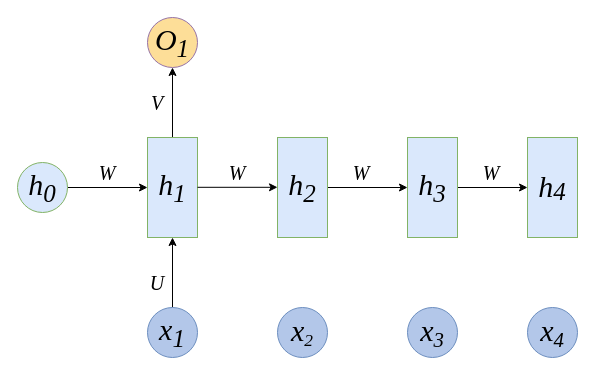
Above: efficient_transformer/rnn.drawio in lengyueit/paper_pic (draw.io), before the change. Source tidied: cells renumbered, new cells numbered last; positions are measured from the earlier drawing's top-left corner, leaving out a move shared by most shapes. Both pictures are drawn from the tidied source at 100%, with x=0, y=0 at pixel (17, 17).
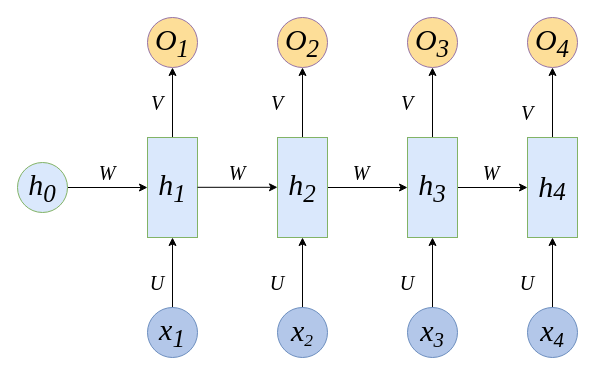
After the change.

Unchanged cells that the change refers to:
```xml
<mxCell id="9" value="&lt;i&gt;x&lt;span style=&quot;font-size: 20.8333px;&quot;&gt;&lt;sub&gt;2&lt;/sub&gt;&lt;/span&gt;&lt;/i&gt;" style="ellipse;whiteSpace=wrap;html=1;fontFamily=Times New Roman;fontSize=30;fillColor=#B3C7E9;strokeColor=#6c8ebf;" parent="1" vertex="1">
  <mxGeometry x="260" y="290" width="50" height="50" as="geometry" />
</mxCell>
<mxCell id="10" value="&lt;i&gt;x&lt;span style=&quot;font-size: 25px;&quot;&gt;&lt;sub&gt;3&lt;/sub&gt;&lt;/span&gt;&lt;/i&gt;" style="ellipse;whiteSpace=wrap;html=1;fontFamily=Times New Roman;fontSize=30;fillColor=#B3C7E9;strokeColor=#6c8ebf;" parent="1" vertex="1">
  <mxGeometry x="390" y="290" width="50" height="50" as="geometry" />
</mxCell>
<mxCell id="11" value="&lt;i&gt;x&lt;span style=&quot;font-size: 25px;&quot;&gt;&lt;sub&gt;4&lt;/sub&gt;&lt;/span&gt;&lt;/i&gt;" style="ellipse;whiteSpace=wrap;html=1;fontFamily=Times New Roman;fontSize=30;fillColor=#B3C7E9;strokeColor=#6c8ebf;" parent="1" vertex="1">
  <mxGeometry x="510" y="290" width="50" height="50" as="geometry" />
</mxCell>
<mxCell id="18" value="h&lt;sub style=&quot;&quot;&gt;&lt;font style=&quot;font-size: 25px;&quot;&gt;2&lt;/font&gt;&lt;/sub&gt;" style="rounded=0;whiteSpace=wrap;html=1;fontFamily=Times New Roman;fontSize=30;fontStyle=2;fillColor=#DAE8FC;strokeColor=#82b366;" parent="1" vertex="1">
  <mxGeometry x="260" y="120" width="50" height="100" as="geometry" />
</mxCell>
<mxCell id="20" value="h&lt;sub style=&quot;&quot;&gt;&lt;font style=&quot;font-size: 25px;&quot;&gt;3&lt;/font&gt;&lt;/sub&gt;" style="rounded=0;whiteSpace=wrap;html=1;fontFamily=Times New Roman;fontSize=30;fontStyle=2;fillColor=#DAE8FC;strokeColor=#82b366;" parent="1" vertex="1">
  <mxGeometry x="390" y="120" width="50" height="100" as="geometry" />
</mxCell>
<mxCell id="21" value="h&lt;font size=&quot;1&quot; style=&quot;&quot;&gt;&lt;sub style=&quot;font-size: 25px;&quot;&gt;4&lt;/sub&gt;&lt;/font&gt;" style="rounded=0;whiteSpace=wrap;html=1;fontFamily=Times New Roman;fontSize=30;fontStyle=2;fillColor=#DAE8FC;strokeColor=#82b366;" parent="1" vertex="1">
  <mxGeometry x="510" y="120" width="50" height="100" as="geometry" />
</mxCell>
```

What changed in the source:
```diff
@@
+    <mxCell id="24" style="edgeStyle=orthogonalEdgeStyle;rounded=0;jettySize=auto;html=1;exitX=0.5;exitY=0;exitDx=0;exitDy=0;entryX=0.5;entryY=1;entryDx=0;entryDy=0;" parent="1" edge="1" source="9" target="18">
+      <mxGeometry relative="1" as="geometry" />
+    </mxCell>
@@
+    <mxCell id="25" style="edgeStyle=orthogonalEdgeStyle;rounded=0;jettySize=auto;html=1;exitX=0.5;exitY=0;exitDx=0;exitDy=0;entryX=0.5;entryY=1;entryDx=0;entryDy=0;" parent="1" edge="1" source="10" target="20">
+      <mxGeometry relative="1" as="geometry" />
+    </mxCell>
@@
+    <mxCell id="26" style="edgeStyle=orthogonalEdgeStyle;rounded=0;jettySize=auto;html=1;exitX=0.5;exitY=0;exitDx=0;exitDy=0;entryX=0.5;entryY=1;entryDx=0;entryDy=0;" parent="1" edge="1" source="11" target="21">
+      <mxGeometry relative="1" as="geometry" />
+    </mxCell>
@@
+    <mxCell id="27" style="edgeStyle=orthogonalEdgeStyle;rounded=0;jettySize=auto;html=1;exitX=0.5;exitY=0;exitDx=0;exitDy=0;entryX=0.5;entryY=1;entryDx=0;entryDy=0;" parent="1" edge="1" source="18" target="30">
+      <mxGeometry relative="1" as="geometry" />
+    </mxCell>
@@
+    <mxCell id="28" style="edgeStyle=orthogonalEdgeStyle;rounded=0;jettySize=auto;html=1;exitX=0.5;exitY=0;exitDx=0;exitDy=0;" parent="1" edge="1" source="20" target="31">
+      <mxGeometry relative="1" as="geometry" />
+    </mxCell>
@@
+    <mxCell id="29" style="edgeStyle=orthogonalEdgeStyle;rounded=0;jettySize=auto;html=1;exitX=0.5;exitY=0;exitDx=0;exitDy=0;entryX=0.5;entryY=1;entryDx=0;entryDy=0;" parent="1" edge="1" source="21" target="32">
+      <mxGeometry relative="1" as="geometry" />
+    </mxCell>
@@
+    <mxCell id="30" value="&lt;i&gt;O&lt;sub style=&quot;&quot;&gt;&lt;font style=&quot;font-size: 25px;&quot;&gt;2&lt;/font&gt;&lt;/sub&gt;&lt;/i&gt;" style="ellipse;whiteSpace=wrap;html=1;fontFamily=Times New Roman;fontSize=30;fillColor=#fdde98;strokeColor=#9673a6;" parent="1" vertex="1">
+      <mxGeometry x="260" width="50" height="50" as="geometry" />
+    </mxCell>
+    <mxCell id="31" value="&lt;i&gt;O&lt;sub style=&quot;&quot;&gt;&lt;font style=&quot;font-size: 25px;&quot;&gt;3&lt;/font&gt;&lt;/sub&gt;&lt;/i&gt;" style="ellipse;whiteSpace=wrap;html=1;fontFamily=Times New Roman;fontSize=30;fillColor=#fdde98;strokeColor=#9673a6;" parent="1" vertex="1">
+      <mxGeometry x="390" width="50" height="50" as="geometry" />
+    </mxCell>
+    <mxCell id="32" value="&lt;i&gt;O&lt;sub style=&quot;&quot;&gt;&lt;font style=&quot;font-size: 25px;&quot;&gt;4&lt;/font&gt;&lt;/sub&gt;&lt;/i&gt;" style="ellipse;whiteSpace=wrap;html=1;fontFamily=Times New Roman;fontSize=30;fillColor=#fdde98;strokeColor=#9673a6;" parent="1" vertex="1">
+      <mxGeometry x="510" width="50" height="50" as="geometry" />
+    </mxCell>
+    <mxCell id="33" value="U" style="text;html=1;align=center;verticalAlign=middle;whiteSpace=wrap;rounded=0;fontFamily=Times New Roman;fontSize=20;fontStyle=2;" parent="1" vertex="1">
+      <mxGeometry x="230" y="250" width="60" height="30" as="geometry" />
+    </mxCell>
+    <mxCell id="34" value="U" style="text;html=1;align=center;verticalAlign=middle;whiteSpace=wrap;rounded=0;fontFamily=Times New Roman;fontSize=20;fontStyle=2;" parent="1" vertex="1">
+      <mxGeometry x="360" y="250" width="60" height="30" as="geometry" />
+    </mxCell>
+    <mxCell id="35" value="U" style="text;html=1;align=center;verticalAlign=middle;whiteSpace=wrap;rounded=0;fontFamily=Times New Roman;fontSize=20;fontStyle=2;" parent="1" vertex="1">
+      <mxGeometry x="480" y="250" width="60" height="30" as="geometry" />
+    </mxCell>
+    <mxCell id="36" value="V" style="text;html=1;align=center;verticalAlign=middle;whiteSpace=wrap;rounded=0;fontFamily=Times New Roman;fontSize=20;fontStyle=2;" parent="1" vertex="1">
+      <mxGeometry x="230" y="70" width="60" height="30" as="geometry" />
+    </mxCell>
+    <mxCell id="37" value="V" style="text;html=1;align=center;verticalAlign=middle;whiteSpace=wrap;rounded=0;fontFamily=Times New Roman;fontSize=20;fontStyle=2;" parent="1" vertex="1">
+      <mxGeometry x="360" y="70" width="60" height="30" as="geometry" />
+    </mxCell>
+    <mxCell id="38" value="V" style="text;html=1;align=center;verticalAlign=middle;whiteSpace=wrap;rounded=0;fontFamily=Times New Roman;fontSize=20;fontStyle=2;" parent="1" vertex="1">
+      <mxGeometry x="480" y="80" width="60" height="30" as="geometry" />
+    </mxCell>
```
